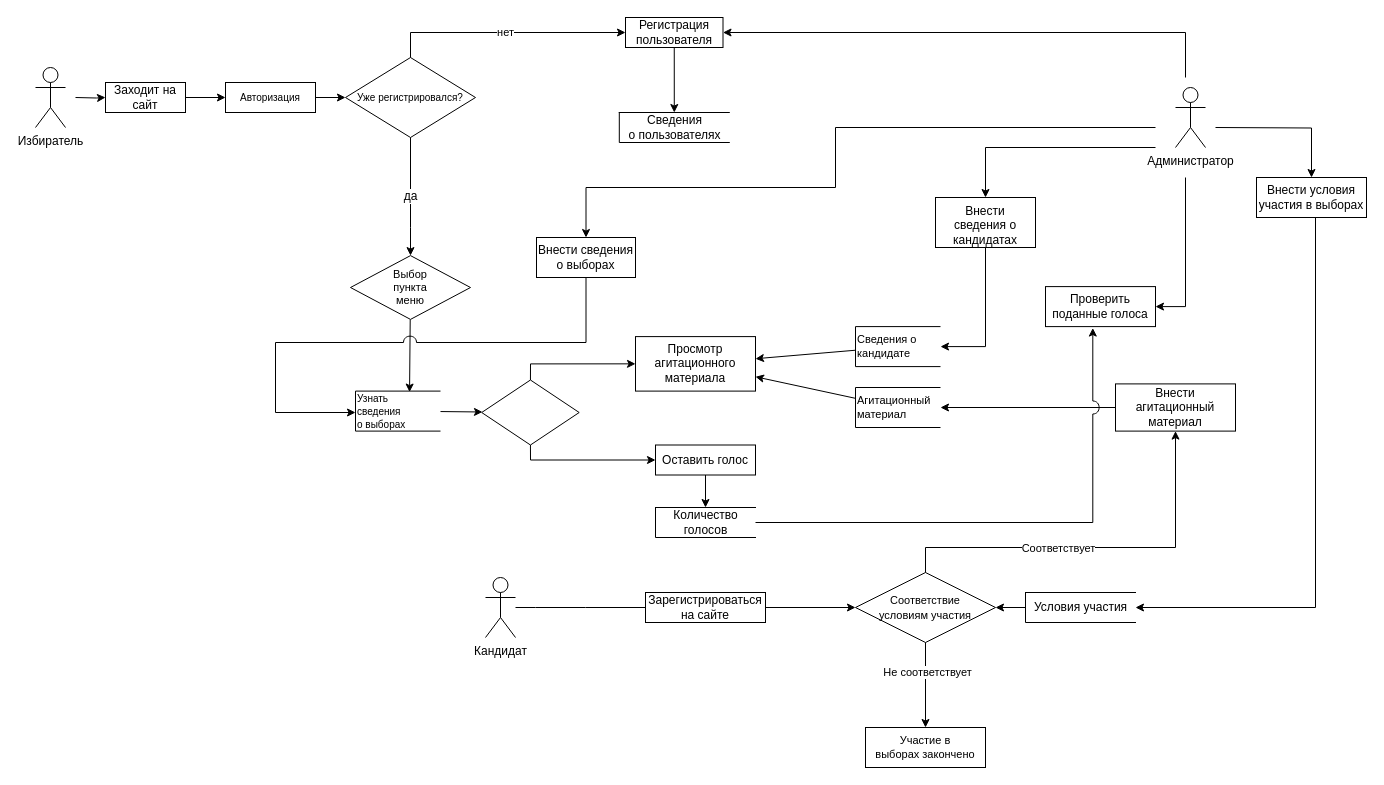
Earlier version of the draw.io diagram DFD Diagram v.2.0 .drawio (aleksey899/Inter.MixAN). Source tidied: cells renumbered, new cells numbered last; positions are measured from the earlier drawing's top-left corner, leaving out a move shared by most shapes. Both pictures are drawn from the tidied source at 100%, with x=0, y=0 at pixel (35, 17).
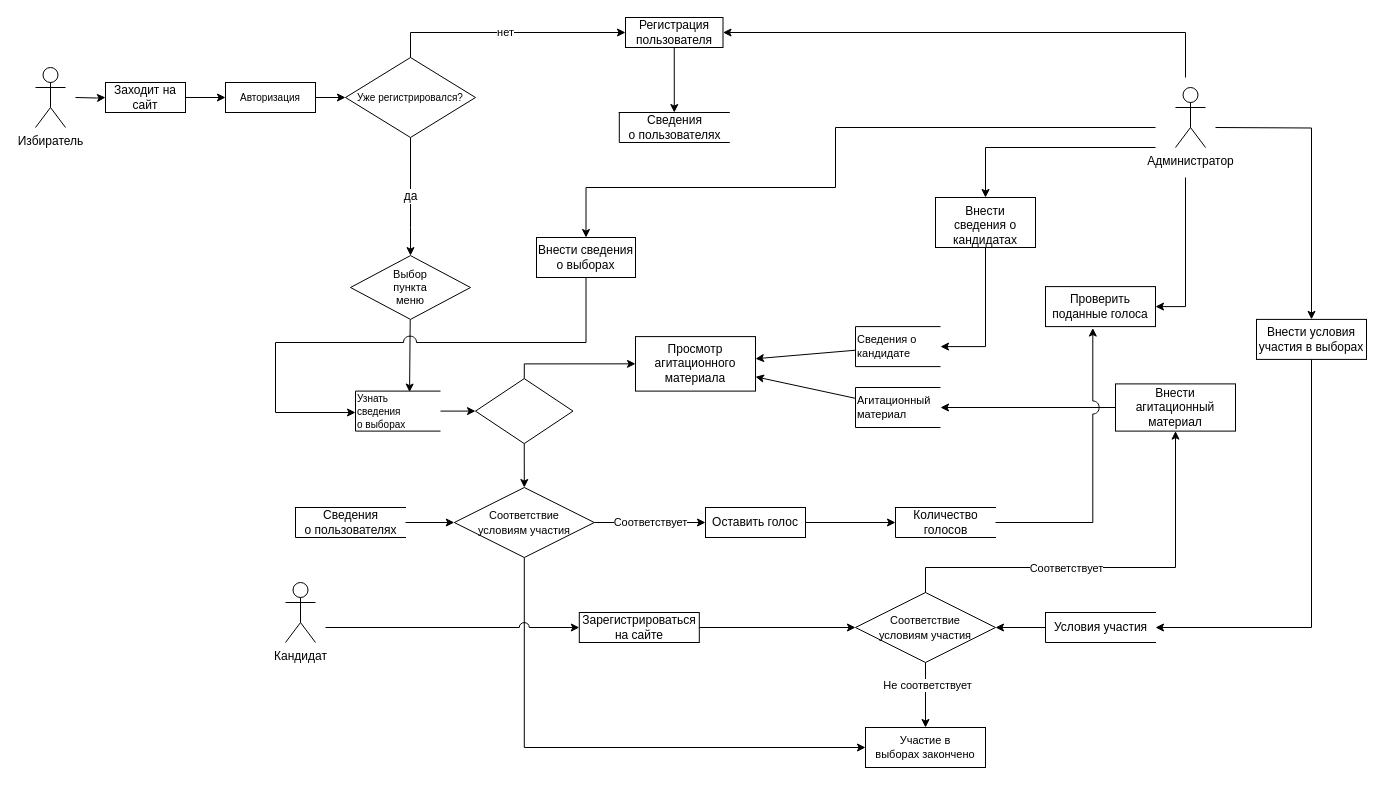
Above is the later version.

Unchanged cells that the change refers to:
```xml
<mxCell id="29" value="Внести агитационный&lt;br&gt;&lt;font&gt;материал&lt;/font&gt;" style="rounded=0;whiteSpace=wrap;html=1;fontSize=12;strokeWidth=1;" parent="1" vertex="1">
  <mxGeometry x="1080" y="366.4" width="120" height="47.2" as="geometry" />
</mxCell>
<mxCell id="31" value="Участие в&lt;br&gt;выборах&amp;nbsp;&lt;font&gt;закончено&lt;/font&gt;" style="rounded=0;whiteSpace=wrap;html=1;fontSize=11;strokeWidth=1;" parent="1" vertex="1">
  <mxGeometry x="830" y="710" width="120" height="40" as="geometry" />
</mxCell>
<mxCell id="38" value="Просмотр агитационного материала" style="rounded=0;whiteSpace=wrap;html=1;fontSize=12;strokeWidth=1;" parent="1" vertex="1">
  <mxGeometry x="600" y="319.1" width="120" height="54.5" as="geometry" />
</mxCell>
```

Change to the diagram source:
```diff
@@
     <mxCell id="6" value="Кандидат" style="shape=umlActor;verticalLabelPosition=bottom;verticalAlign=top;html=1;outlineConnect=0;hachureGap=4;" parent="1" vertex="1">
-      <mxGeometry x="450" y="560" width="30" height="60" as="geometry" />
+      <mxGeometry x="250" y="565" width="30" height="60" as="geometry" />
     </mxCell>
@@
     <mxCell id="16" value="Оставить голос" style="whiteSpace=wrap;html=1;fontSize=12;strokeWidth=1;" parent="1" vertex="1">
-      <mxGeometry x="620" y="427.5" width="100" height="30" as="geometry" />
+      <mxGeometry x="670" y="490" width="100" height="30" as="geometry" />
     </mxCell>
@@
     <mxCell id="23" style="rhombus;whiteSpace=wrap;html=1;rounded=0;fontSize=11;align=left;strokeWidth=1;" parent="1" vertex="1">
-      <mxGeometry x="446.2" y="362.5" width="97.5" height="65" as="geometry" />
+      <mxGeometry x="440" y="361.1" width="97.5" height="65" as="geometry" />
     </mxCell>
@@
     <mxCell id="25" value="Зарегистрироваться&lt;br&gt;&lt;font&gt;на сайте&lt;/font&gt;" style="rounded=0;whiteSpace=wrap;html=1;fontSize=12;strokeWidth=1;" parent="1" vertex="1">
-      <mxGeometry x="610" y="575" width="120" height="30" as="geometry" />
+      <mxGeometry x="543.8" y="595" width="120" height="30" as="geometry" />
     </mxCell>
-    <mxCell id="26" style="endArrow=none;html=1;rounded=0;fontSize=12;elbow=vertical;entryX=0;entryY=0.5;entryDx=0;entryDy=0;endFill=0;" parent="1" edge="1" source="6" target="25">
-      <mxGeometry relative="1" as="geometry">
-        <Array as="points">
-          <mxPoint x="500" y="590" />
-          <mxPoint x="550" y="590" />
-        </Array>
-      </mxGeometry>
-    </mxCell>
-    <mxCell id="27" style="endArrow=classic;html=1;rounded=0;fontSize=12;elbow=vertical;" parent="1" edge="1">
-      <mxGeometry relative="1" as="geometry">
-        <mxPoint x="730" y="590" as="sourcePoint" />
-        <mxPoint x="820" y="590" as="targetPoint" />
-      </mxGeometry>
+    <mxCell id="27" style="endArrow=classic;html=1;rounded=0;fontSize=12;elbow=vertical;exitX=1;exitY=0.5;exitDx=0;exitDy=0;entryX=0;entryY=0.5;entryDx=0;entryDy=0;" parent="1" edge="1" source="25" target="30">
+      <mxGeometry relative="1" as="geometry" />
     </mxCell>
@@
     <mxCell id="30" value="&lt;font style=&quot;font-size: 11px&quot;&gt;Соответствие&lt;font style=&quot;font-size: 11px&quot;&gt;&lt;br&gt;условиям &lt;/font&gt; &lt;font style=&quot;font-size: 11px&quot;&gt;участия&lt;/font&gt;&lt;/font&gt;" style="rhombus;whiteSpace=wrap;html=1;rounded=0;fontSize=12;strokeWidth=1;" parent="1" vertex="1">
-      <mxGeometry x="820" y="555" width="140" height="70" as="geometry" />
+      <mxGeometry x="820" y="575" width="140" height="70" as="geometry" />
     </mxCell>
@@
     <mxCell id="32" style="endArrow=classic;html=1;rounded=0;fontSize=11;edgeStyle=orthogonalEdgeStyle;elbow=vertical;entryX=0.5;entryY=1;entryDx=0;entryDy=0;exitX=0.5;exitY=0;exitDx=0;exitDy=0;" parent="1" edge="1" source="30" target="29">
       <mxGeometry relative="1" as="geometry">
         <Array as="points">
-          <mxPoint x="890" y="530" />
-          <mxPoint x="1140" y="530" />
+          <mxPoint x="890" y="550" />
+          <mxPoint x="1140" y="550" />
         </Array>
       </mxGeometry>
     </mxCell>
@@
     <mxCell id="45" value="Условия участия" style="html=1;dashed=0;whitespace=wrap;shape=partialRectangle;right=0;" parent="1" vertex="1">
-      <mxGeometry x="990" y="575" width="110" height="30" as="geometry" />
+      <mxGeometry x="1010" y="595" width="110" height="30" as="geometry" />
     </mxCell>
@@
-    <mxCell id="48" style="endArrow=classic;html=1;rounded=0;edgeStyle=orthogonalEdgeStyle;jumpStyle=arc;jumpSize=13;exitX=0.5;exitY=1;exitDx=0;exitDy=0;entryX=0;entryY=0.5;entryDx=0;entryDy=0;" parent="1" edge="1" source="23" target="16">
-      <mxGeometry relative="1" as="geometry">
-        <Array as="points">
-          <mxPoint x="495" y="443" />
-        </Array>
-      </mxGeometry>
-    </mxCell>
     <mxCell id="49" style="endArrow=classic;html=1;rounded=0;edgeStyle=orthogonalEdgeStyle;jumpStyle=arc;jumpSize=13;entryX=0;entryY=0.5;entryDx=0;entryDy=0;exitX=0.5;exitY=0;exitDx=0;exitDy=0;" parent="1" edge="1" source="23" target="38">
       <mxGeometry relative="1" as="geometry">
         <Array as="points">
-          <mxPoint x="495" y="346" />
+          <mxPoint x="489" y="346" />
         </Array>
       </mxGeometry>
     </mxCell>
@@
     <mxCell id="51" value="Количество&lt;br&gt;&lt;font&gt;голосов&lt;/font&gt;" style="html=1;dashed=0;whitespace=wrap;shape=partialRectangle;right=0;" parent="1" vertex="1">
-      <mxGeometry x="620" y="490" width="100" height="30" as="geometry" />
+      <mxGeometry x="860" y="490" width="100" height="30" as="geometry" />
     </mxCell>
-    <mxCell id="52" style="endArrow=classic;html=1;rounded=0;jumpStyle=arc;jumpSize=13;exitX=0.5;exitY=1;exitDx=0;exitDy=0;entryX=0.5;entryY=0;entryDx=0;entryDy=0;" parent="1" edge="1" source="16" target="51">
+    <mxCell id="52" style="endArrow=classic;html=1;rounded=0;jumpStyle=arc;jumpSize=13;exitX=1;exitY=0.5;exitDx=0;exitDy=0;entryX=0;entryY=0.5;entryDx=0;entryDy=0;" parent="1" edge="1" source="16" target="51">
       <mxGeometry relative="1" as="geometry" />
     </mxCell>
@@
     <mxCell id="55" value="Внести условия участия в выборах" style="rounded=0;whiteSpace=wrap;html=1;fontSize=12;direction=west;" parent="1" vertex="1">
-      <mxGeometry x="1221" y="160" width="110" height="40" as="geometry" />
+      <mxGeometry x="1221" y="301.9" width="110" height="40" as="geometry" />
     </mxCell>
@@
+    <mxCell id="58" value="&lt;font style=&quot;font-size: 11px&quot;&gt;Соответствие&lt;font style=&quot;font-size: 11px&quot;&gt;&lt;br&gt;условиям &lt;/font&gt; &lt;font style=&quot;font-size: 11px&quot;&gt;участия&lt;/font&gt;&lt;/font&gt;" style="rhombus;whiteSpace=wrap;html=1;rounded=0;fontSize=12;strokeWidth=1;" parent="1" vertex="1">
+      <mxGeometry x="418.8" y="470" width="140" height="70" as="geometry" />
+    </mxCell>
+    <mxCell id="59" value="Соответствует" style="endArrow=classic;html=1;rounded=0;exitX=1;exitY=0.5;exitDx=0;exitDy=0;entryX=0;entryY=0.5;entryDx=0;entryDy=0;" parent="1" edge="1" source="58" target="16">
+      <mxGeometry relative="1" as="geometry" />
+    </mxCell>
+    <mxCell id="60" style="endArrow=classic;html=1;rounded=0;exitX=0.5;exitY=1;exitDx=0;exitDy=0;edgeStyle=orthogonalEdgeStyle;entryX=0;entryY=0.5;entryDx=0;entryDy=0;jumpStyle=arc;jumpSize=10;" parent="1" edge="1" source="58" target="31">
+      <mxGeometry relative="1" as="geometry">
+        <Array as="points">
+          <mxPoint x="489" y="730" />
+        </Array>
+      </mxGeometry>
+    </mxCell>
+    <mxCell id="61" style="endArrow=classic;html=1;rounded=0;jumpStyle=arc;jumpSize=10;entryX=0;entryY=0.5;entryDx=0;entryDy=0;" parent="1" edge="1" target="25">
+      <mxGeometry relative="1" as="geometry">
+        <mxPoint x="290" y="610" as="sourcePoint" />
+      </mxGeometry>
+    </mxCell>
+    <mxCell id="62" style="endArrow=classic;html=1;rounded=0;jumpStyle=arc;jumpSize=10;exitX=0.5;exitY=1;exitDx=0;exitDy=0;entryX=0.5;entryY=0;entryDx=0;entryDy=0;" parent="1" edge="1" source="23" target="58">
+      <mxGeometry relative="1" as="geometry" />
+    </mxCell>
+    <mxCell id="63" value="Сведения&lt;br&gt;о пользователях" style="html=1;dashed=0;whitespace=wrap;shape=partialRectangle;right=0;" parent="1" vertex="1">
+      <mxGeometry x="260" y="490" width="110" height="30" as="geometry" />
+    </mxCell>
+    <mxCell id="64" style="endArrow=classic;html=1;rounded=0;jumpStyle=arc;jumpSize=10;exitX=1;exitY=0.5;exitDx=0;exitDy=0;entryX=0;entryY=0.5;entryDx=0;entryDy=0;" parent="1" edge="1" source="63" target="58">
+      <mxGeometry relative="1" as="geometry" />
+    </mxCell>
-    <mxCell id="57" style="endArrow=classic;html=1;rounded=0;fontSize=12;edgeStyle=orthogonalEdgeStyle;jumpStyle=arc;jumpSize=13;entryX=1;entryY=0.5;entryDx=0;entryDy=0;exitX=0.5;exitY=0;exitDx=0;exitDy=0;" parent="1" edge="1" source="55" target="45">
+    <mxCell id="57" style="endArrow=classic;html=1;rounded=0;jumpStyle=arc;jumpSize=10;edgeStyle=orthogonalEdgeStyle;exitX=0.5;exitY=0;exitDx=0;exitDy=0;entryX=1;entryY=0.5;entryDx=0;entryDy=0;" parent="1" edge="1" source="55" target="45">
       <mxGeometry relative="1" as="geometry">
         <Array as="points">
-          <mxPoint x="1280" y="200" />
-          <mxPoint x="1280" y="590" />
+          <mxPoint x="1276" y="610" />
         </Array>
       </mxGeometry>
     </mxCell>
```
